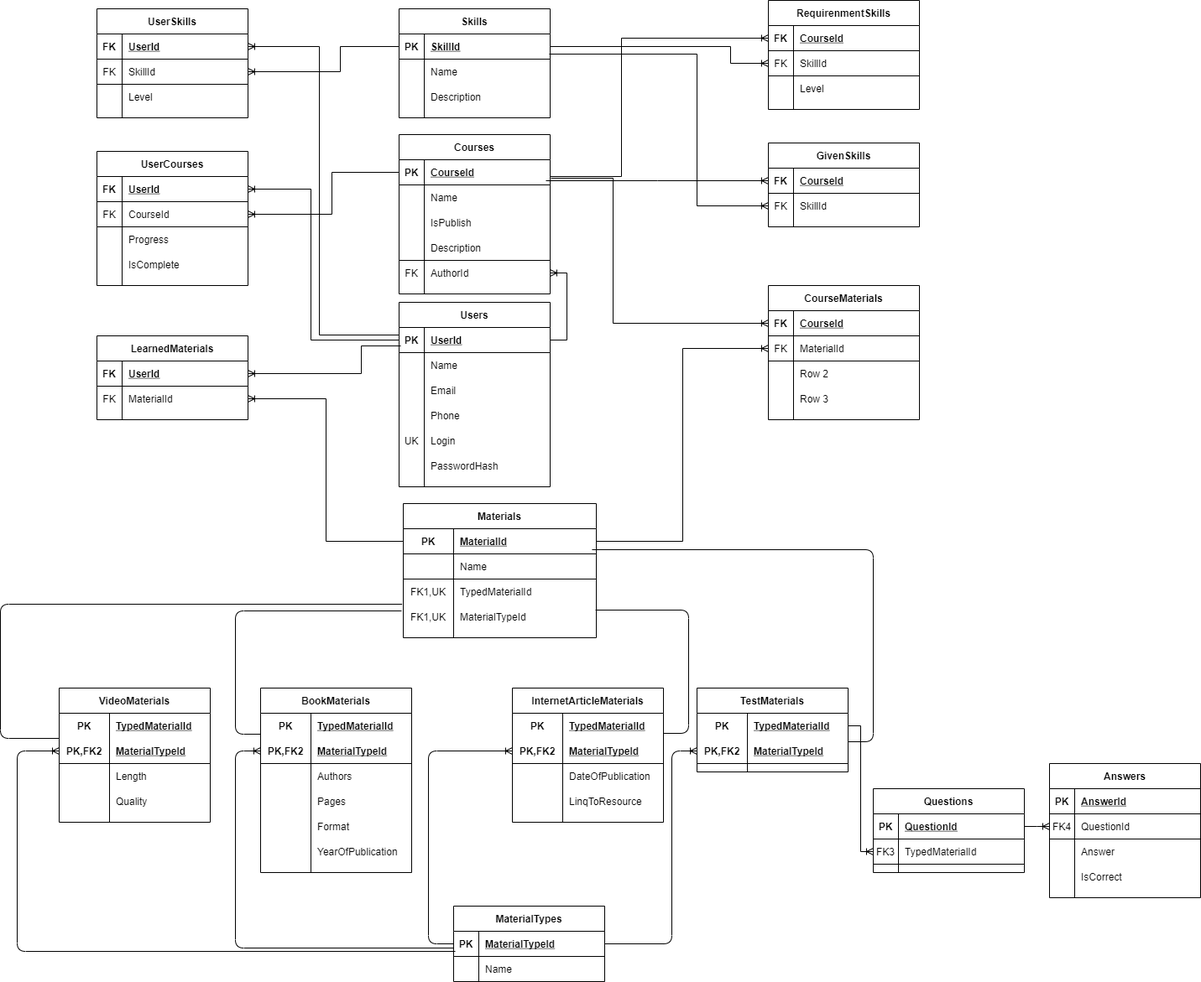
Above: ER_Diagram.png in oleh-skoromnyi/education-portal (draw.io), before the change. Source tidied: cells renumbered, new cells last; positions are measured from the earlier drawing's top-left corner, leaving out a move shared by most shapes.
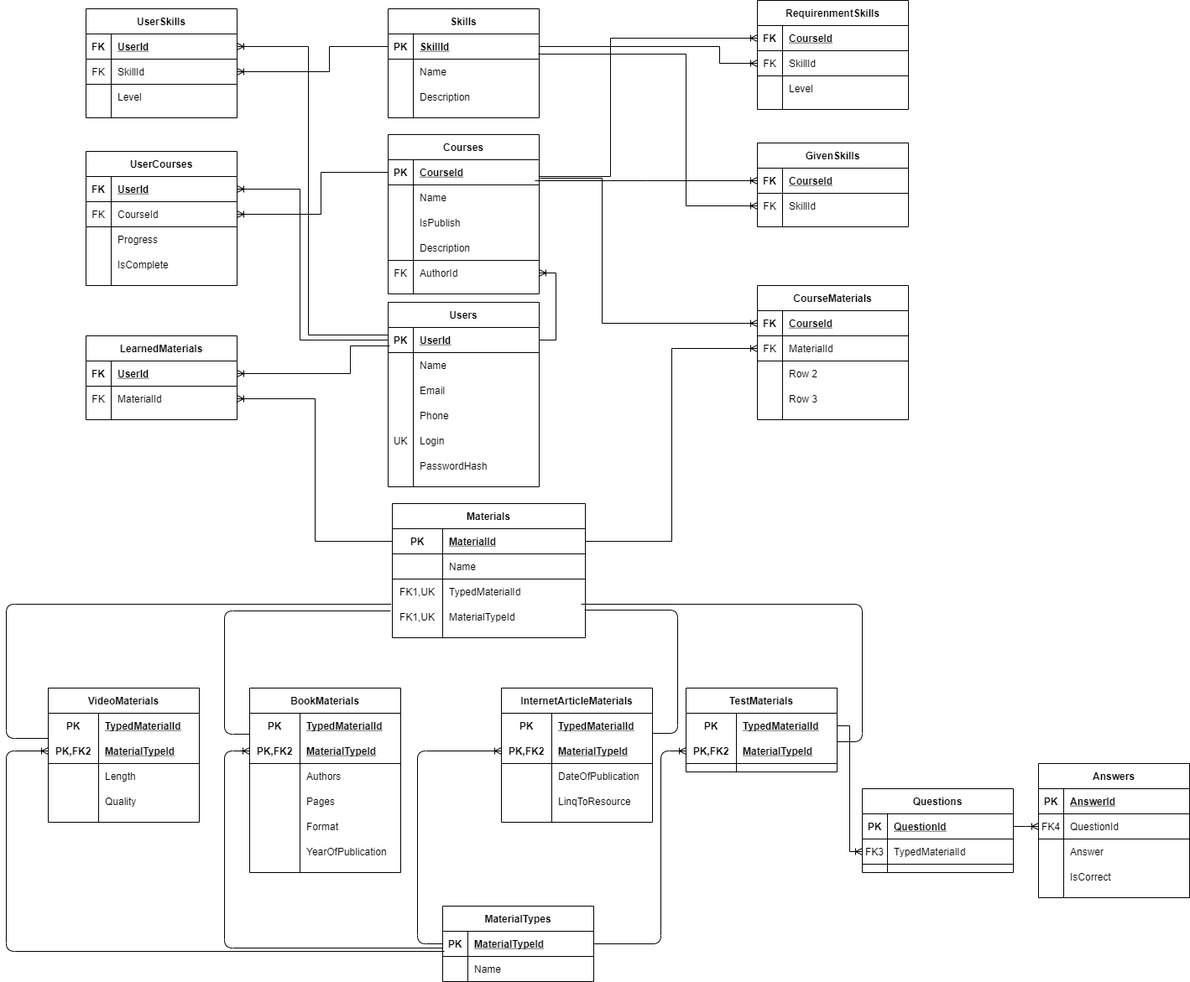
Above is the later version.

Commit message:
Fix one line(goes to another place when added new fields)

The edit, as a diff of the source:
```diff
@@ -314,7 +314,7 @@
       <mxGeometry relative="1" as="geometry">
         <mxPoint x="70" y="880" as="targetPoint" />
         <Array as="points">
-          <mxPoint y="770" />
+          <mxPoint x="20" y="800" />
         </Array>
       </mxGeometry>
     </mxCell>
@@ -333,7 +333,7 @@
         </Array>
       </mxGeometry>
     </mxCell>
-    <mxCell id="101" style="edgeStyle=elbowEdgeStyle;fontSize=12;html=1;endArrow=none;endFill=0;exitX=0.978;exitY=-0.167;exitDx=0;exitDy=0;exitPerimeter=0;" parent="1" edge="1" source="19">
+    <mxCell id="101" style="edgeStyle=elbowEdgeStyle;fontSize=12;html=1;endArrow=none;endFill=0;exitX=0.978;exitY=0;exitDx=0;exitDy=0;exitPerimeter=0;" parent="1" edge="1" source="25">
       <mxGeometry relative="1" as="geometry">
         <mxPoint x="1010" y="884" as="targetPoint" />
         <Array as="points">
```
